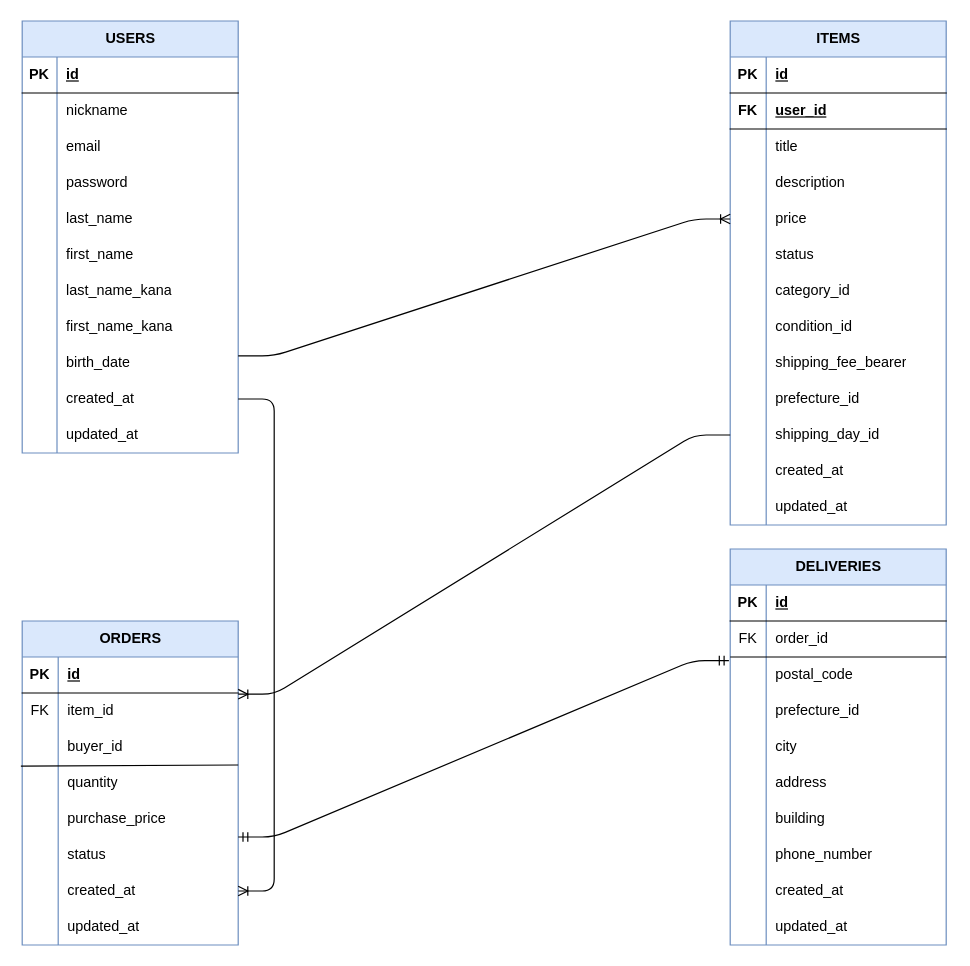
The draw.io diagram ER.dio in yout-a/furima-42334, before the edit. Source tidied: cells renumbered, new cells numbered last; positions are measured from the earlier drawing's top-left corner, leaving out a move shared by most shapes. Both pictures are drawn from the tidied source at 120%, with x=0, y=0 at pixel (22, 20).
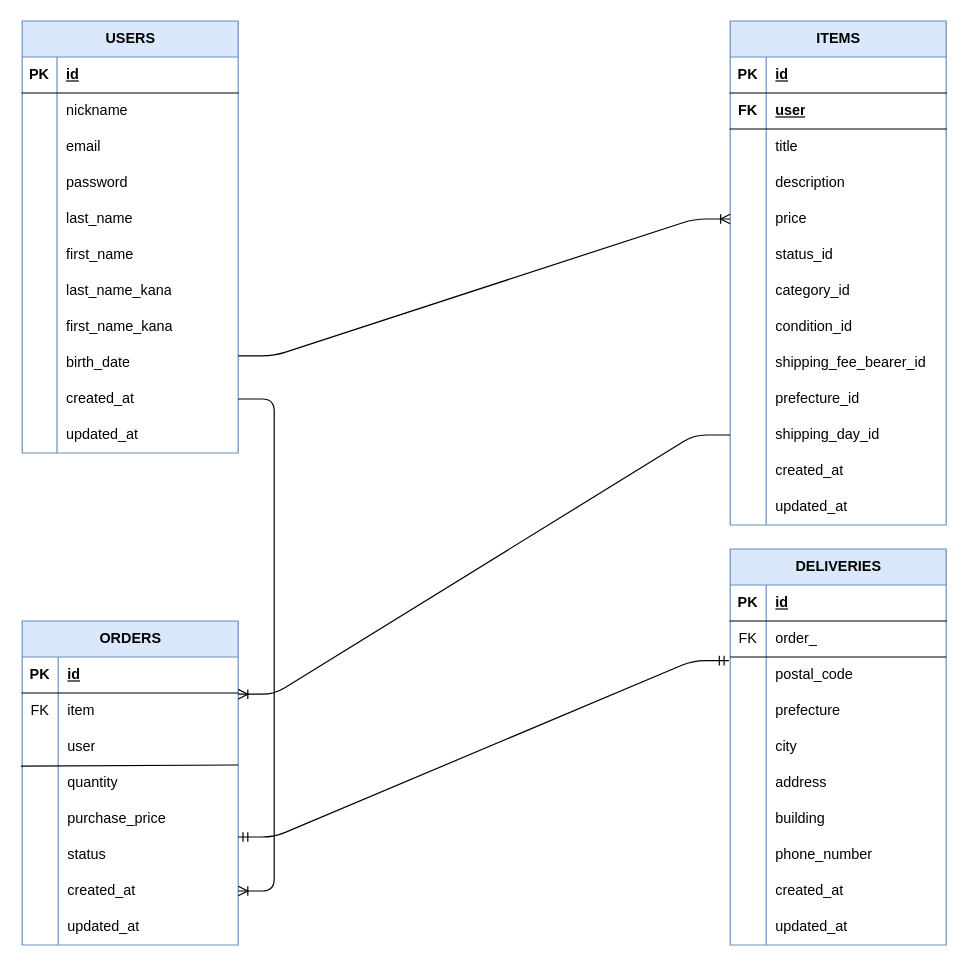
After the change.

Unchanged cells that the change refers to:
```xml
<mxCell id="40" style="shape=tableRow;horizontal=0;startSize=0;swimlaneHead=0;swimlaneBody=0;fillColor=none;points=[[0,0.5],[1,0.5]];portConstraint=eastwest;top=0;left=0;right=0;bottom=0;" parent="36" vertex="1">
  <mxGeometry y="60" width="180" height="30" as="geometry" />
</mxCell>
<mxCell id="43" style="shape=tableRow;horizontal=0;startSize=0;swimlaneHead=0;swimlaneBody=0;fillColor=none;top=0;left=0;right=0;bottom=0;" parent="36" vertex="1">
  <mxGeometry y="90" width="180" height="30" as="geometry" />
</mxCell>
<mxCell id="66" style="shape=tableRow;horizontal=0;startSize=0;swimlaneHead=0;swimlaneBody=0;fillColor=none;top=0;left=0;right=0;bottom=1;" parent="62" vertex="1">
  <mxGeometry y="60" width="180" height="30" as="geometry" />
</mxCell>
<mxCell id="78" style="shape=tableRow;horizontal=0;startSize=0;swimlaneHead=0;swimlaneBody=0;fillColor=none;top=0;left=0;right=0;bottom=0;" parent="62" vertex="1">
  <mxGeometry y="180" width="180" height="30" as="geometry" />
</mxCell>
<mxCell id="87" style="shape=tableRow;horizontal=0;startSize=0;swimlaneHead=0;swimlaneBody=0;fillColor=none;top=0;left=0;right=0;bottom=0;" parent="62" vertex="1">
  <mxGeometry y="270" width="180" height="30" as="geometry" />
</mxCell>
<mxCell id="106" style="shape=tableRow;horizontal=0;startSize=0;swimlaneHead=0;swimlaneBody=0;fillColor=none;top=0;left=0;right=0;bottom=0;" parent="102" vertex="1">
  <mxGeometry y="60" width="180" height="30" as="geometry" />
</mxCell>
<mxCell id="112" style="shape=tableRow;horizontal=0;startSize=0;swimlaneHead=0;swimlaneBody=0;fillColor=none;top=0;left=0;right=0;bottom=0;" parent="102" vertex="1">
  <mxGeometry y="120" width="180" height="30" as="geometry" />
</mxCell>
```

Change to the diagram source:
```diff
@@
-    <mxCell id="42" value="item_id" style="shape=partialRectangle;fillColor=none;top=0;left=0;bottom=0;right=0;align=left;spacingLeft=6;overflow=hidden;whiteSpace=wrap;html=1;" parent="40" vertex="1">
+    <mxCell id="42" value="item" style="shape=partialRectangle;fillColor=none;top=0;left=0;bottom=0;right=0;align=left;spacingLeft=6;overflow=hidden;whiteSpace=wrap;html=1;" parent="40" vertex="1">
       <mxGeometry x="30" width="150" height="30" as="geometry" />
     </mxCell>
@@
-    <mxCell id="45" value="buyer_id" style="shape=partialRectangle;fillColor=none;top=0;left=0;bottom=0;right=0;align=left;spacingLeft=6;overflow=hidden;whiteSpace=wrap;html=1;" parent="43" vertex="1">
+    <mxCell id="45" value="user" style="shape=partialRectangle;fillColor=none;top=0;left=0;bottom=0;right=0;align=left;spacingLeft=6;overflow=hidden;whiteSpace=wrap;html=1;" parent="43" vertex="1">
       <mxGeometry x="30" width="150" height="30" as="geometry" />
     </mxCell>
@@
-    <mxCell id="68" value="user_id" style="shape=partialRectangle;fillColor=none;top=0;left=0;bottom=0;right=0;align=left;spacingLeft=6;fontStyle=5;overflow=hidden;whiteSpace=wrap;html=1;" parent="66" vertex="1">
+    <mxCell id="68" value="user" style="shape=partialRectangle;fillColor=none;top=0;left=0;bottom=0;right=0;align=left;spacingLeft=6;fontStyle=5;overflow=hidden;whiteSpace=wrap;html=1;" parent="66" vertex="1">
       <mxGeometry x="30" width="150" height="30" as="geometry" />
     </mxCell>
@@
-    <mxCell id="80" value="status" style="shape=partialRectangle;fillColor=none;top=0;left=0;bottom=0;right=0;align=left;spacingLeft=6;overflow=hidden;whiteSpace=wrap;html=1;" parent="78" vertex="1">
+    <mxCell id="80" value="status_id" style="shape=partialRectangle;fillColor=none;top=0;left=0;bottom=0;right=0;align=left;spacingLeft=6;overflow=hidden;whiteSpace=wrap;html=1;" parent="78" vertex="1">
       <mxGeometry x="30" width="150" height="30" as="geometry" />
     </mxCell>
@@
-    <mxCell id="89" value="shipping_fee_bearer" style="shape=partialRectangle;fillColor=none;top=0;left=0;bottom=0;right=0;align=left;spacingLeft=6;overflow=hidden;whiteSpace=wrap;html=1;" parent="87" vertex="1">
+    <mxCell id="89" value="shipping_fee_bearer_id" style="shape=partialRectangle;fillColor=none;top=0;left=0;bottom=0;right=0;align=left;spacingLeft=6;overflow=hidden;whiteSpace=wrap;html=1;" parent="87" vertex="1">
       <mxGeometry x="30" width="150" height="30" as="geometry" />
     </mxCell>
@@
-    <mxCell id="108" value="order_id" style="shape=partialRectangle;fillColor=none;top=0;left=0;bottom=0;right=0;align=left;spacingLeft=6;overflow=hidden;whiteSpace=wrap;html=1;" parent="106" vertex="1">
+    <mxCell id="108" value="order_" style="shape=partialRectangle;fillColor=none;top=0;left=0;bottom=0;right=0;align=left;spacingLeft=6;overflow=hidden;whiteSpace=wrap;html=1;" parent="106" vertex="1">
       <mxGeometry x="30" width="150" height="30" as="geometry" />
     </mxCell>
@@
-    <mxCell id="114" value="prefecture_id" style="shape=partialRectangle;fillColor=none;top=0;left=0;bottom=0;right=0;align=left;spacingLeft=6;overflow=hidden;whiteSpace=wrap;html=1;" parent="112" vertex="1">
+    <mxCell id="114" value="prefecture" style="shape=partialRectangle;fillColor=none;top=0;left=0;bottom=0;right=0;align=left;spacingLeft=6;overflow=hidden;whiteSpace=wrap;html=1;" parent="112" vertex="1">
       <mxGeometry x="30" width="150" height="30" as="geometry" />
     </mxCell>
```
